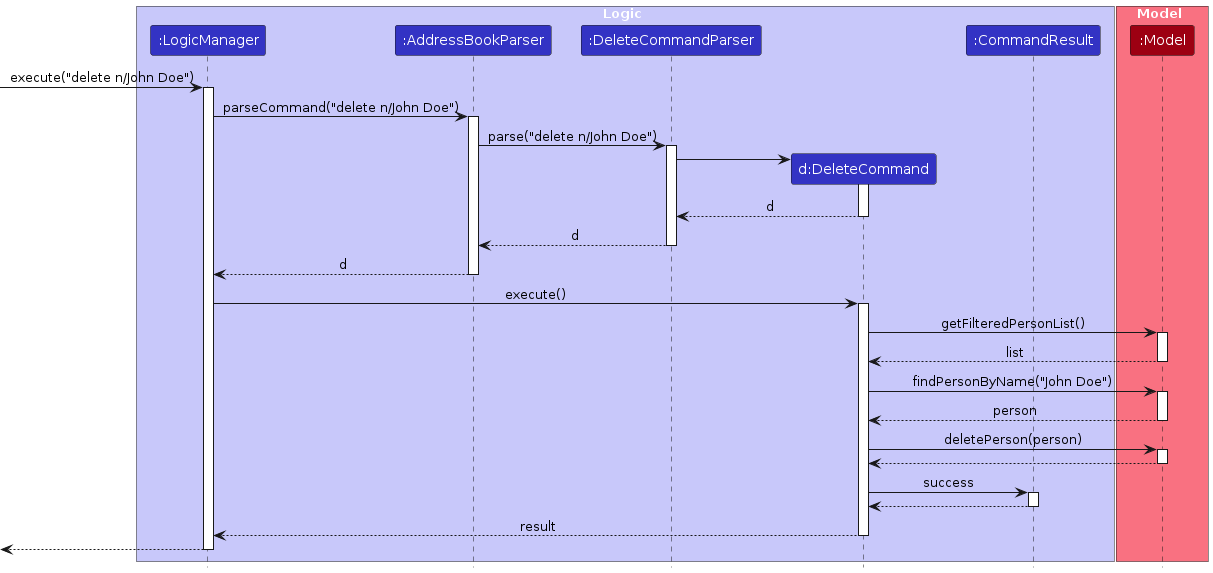
Above: diagrams/DeleteSequenceDiagram.png in AY2324S1-CS2103T-T14-3/tp (PlantUML), before the change. Its source is kept beside it as diagrams/DeleteSequenceDiagram.puml.
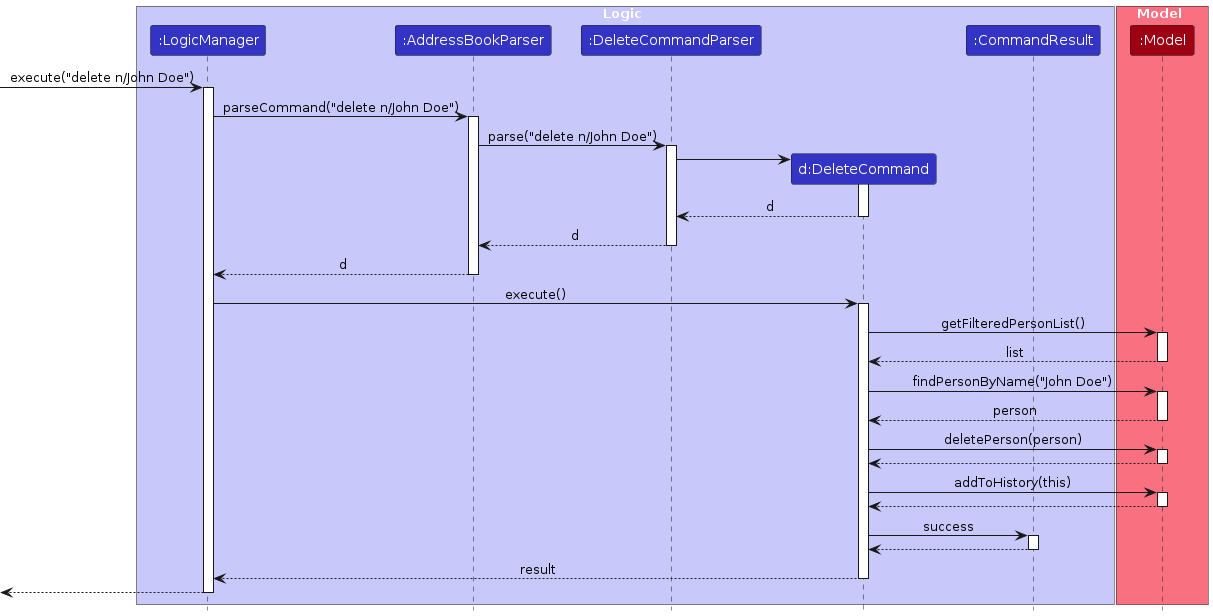
The same file after the commit.

What changed in the source:
```diff
@@ -57,6 +57,12 @@
 Model --> DeleteCommand
 deactivate Model
 
+DeleteCommand -> Model : addToHistory(this)
+activate Model
+
+Model --> DeleteCommand
+deactivate Model
+
 DeleteCommand -> CommandResult : success
 activate CommandResult
 
```
